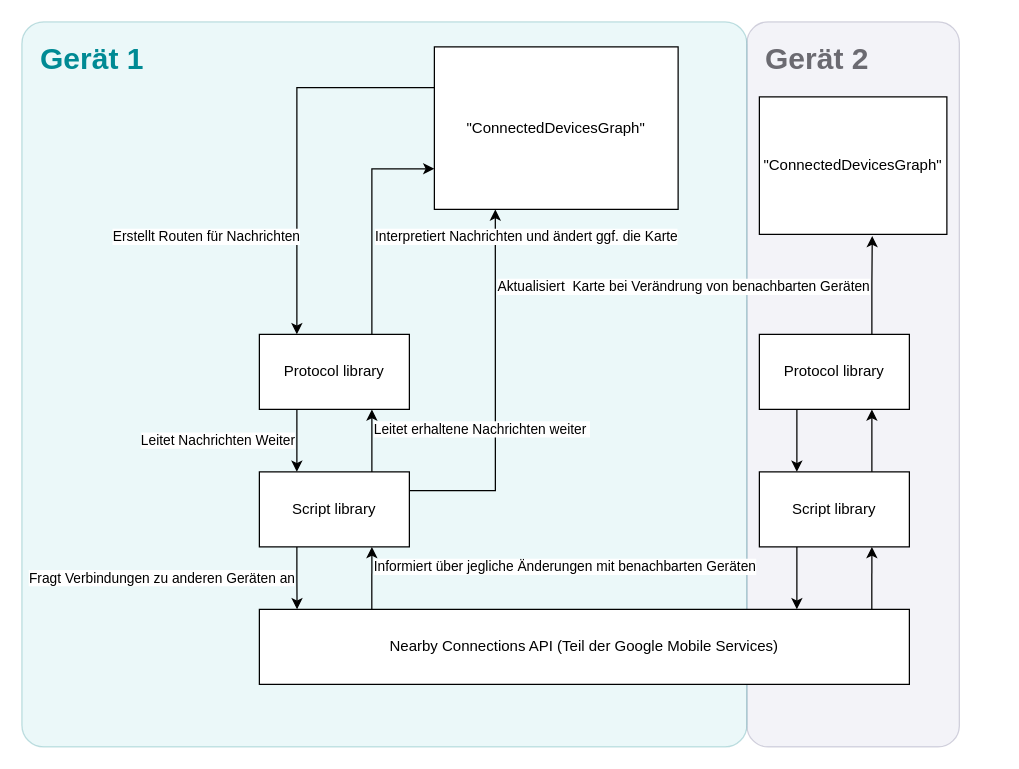
This is illustrations/network_layers.drawio from Helmer-Developer/nearby_test, a draw.io file, before an edit. Source tidied: cells renumbered, new cells numbered last; positions are measured from the earlier drawing's top-left corner, leaving out a move shared by most shapes. Both pictures are drawn from the tidied source at 125%, with x=0, y=0 at pixel (21, 21).
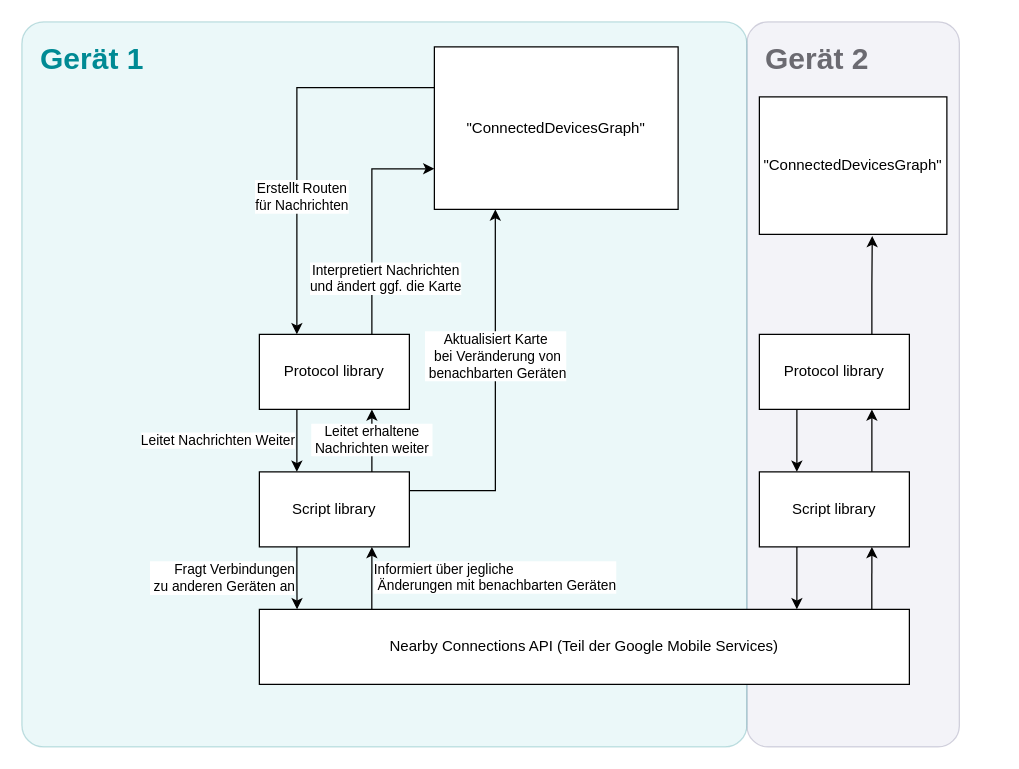
Above is the later version.

The change refers to these unchanged cells:
```xml
<mxCell id="4" value="Nearby Connections API (Teil der Google Mobile Services)" style="rounded=0;whiteSpace=wrap;html=1;" parent="1" vertex="1">
  <mxGeometry x="190" y="470" width="520" height="60" as="geometry" />
</mxCell>
<mxCell id="7" value="Script library" style="rounded=0;whiteSpace=wrap;html=1;" parent="1" vertex="1">
  <mxGeometry x="190" y="360" width="120" height="60" as="geometry" />
</mxCell>
<mxCell id="12" value="Protocol library" style="rounded=0;whiteSpace=wrap;html=1;" parent="1" vertex="1">
  <mxGeometry x="190" y="250" width="120" height="60" as="geometry" />
</mxCell>
<mxCell id="16" style="edgeStyle=orthogonalEdgeStyle;rounded=0;jettySize=auto;html=1;exitX=0;exitY=0.25;exitDx=0;exitDy=0;entryX=0.25;entryY=0;entryDx=0;entryDy=0;labelPosition=left;verticalLabelPosition=middle;align=right;verticalAlign=middle;" parent="1" edge="1" source="18" target="12">
  <mxGeometry relative="1" as="geometry" />
</mxCell>
<mxCell id="18" value="&quot;ConnectedDevicesGraph&quot;" style="rounded=0;whiteSpace=wrap;html=1;" parent="1" vertex="1">
  <mxGeometry x="330" y="20" width="195" height="130" as="geometry" />
</mxCell>
<mxCell id="23" style="edgeStyle=orthogonalEdgeStyle;rounded=0;jettySize=auto;html=1;exitX=0.75;exitY=0;exitDx=0;exitDy=0;entryX=0;entryY=0.75;entryDx=0;entryDy=0;labelPosition=left;verticalLabelPosition=top;align=right;verticalAlign=bottom;" parent="1" edge="1" source="12" target="18">
  <mxGeometry relative="1" as="geometry" />
</mxCell>
```

What changed in the source:
```diff
@@
-    <mxCell id="5" value="Fragt Verbindungen zu anderen Geräten an" style="edgeStyle=orthogonalEdgeStyle;rounded=0;jettySize=auto;html=1;exitX=0.25;exitY=1;exitDx=0;exitDy=0;entryX=0.058;entryY=0;entryDx=0;entryDy=0;entryPerimeter=0;labelPosition=left;verticalLabelPosition=middle;align=right;verticalAlign=middle;" parent="1" edge="1" source="7" target="4">
+    <mxCell id="5" value="Fragt Verbindungen&lt;br&gt;&amp;nbsp;zu anderen Geräten an" style="edgeStyle=orthogonalEdgeStyle;rounded=0;jettySize=auto;html=1;exitX=0.25;exitY=1;exitDx=0;exitDy=0;entryX=0.058;entryY=0;entryDx=0;entryDy=0;entryPerimeter=0;labelPosition=left;verticalLabelPosition=middle;align=right;verticalAlign=middle;" parent="1" edge="1" source="7" target="4">
       <mxGeometry relative="1" as="geometry" />
     </mxCell>
-    <mxCell id="6" value="Informiert über jegliche Änderungen mit benachbarten Geräten" style="edgeStyle=orthogonalEdgeStyle;rounded=0;jettySize=auto;html=1;exitX=0.173;exitY=0;exitDx=0;exitDy=0;entryX=0.75;entryY=1;entryDx=0;entryDy=0;exitPerimeter=0;labelPosition=right;verticalLabelPosition=top;align=left;verticalAlign=bottom;" parent="1" edge="1" source="4" target="7">
-      <mxGeometry relative="1" as="geometry" />
+    <mxCell id="6" value="Informiert über jegliche&lt;br&gt;&amp;nbsp;Änderungen mit benachbarten Geräten" style="edgeStyle=orthogonalEdgeStyle;rounded=0;jettySize=auto;html=1;exitX=0.173;exitY=0;exitDx=0;exitDy=0;entryX=0.75;entryY=1;entryDx=0;entryDy=0;exitPerimeter=0;labelPosition=right;verticalLabelPosition=top;align=left;verticalAlign=bottom;" parent="1" edge="1" source="4" target="7">
+      <mxGeometry x="-0.6" relative="1" as="geometry" />
     </mxCell>
@@
-    <mxCell id="17" value="Erstellt Routen für Nachrichten" style="edgeLabel;html=1;align=right;verticalAlign=middle;labelPosition=left;verticalLabelPosition=middle;" parent="16" vertex="1">
-      <mxGeometry x="0.49" y="3" relative="1" as="geometry" />
+    <mxCell id="17" value="Erstellt Routen&lt;br&gt;für Nachrichten" style="edgeLabel;html=1;align=center;verticalAlign=middle;labelPosition=left;verticalLabelPosition=middle;" parent="16" vertex="1">
+      <mxGeometry x="0.49" y="3" relative="1" as="geometry">
+        <mxPoint y="-32" as="offset" />
+      </mxGeometry>
     </mxCell>
@@
-    <mxCell id="21" value="Aktualisiert&amp;nbsp; Karte bei Verändrung von benachbarten Geräten" style="edgeStyle=orthogonalEdgeStyle;rounded=0;jettySize=auto;html=1;exitX=1;exitY=0.25;exitDx=0;exitDy=0;entryX=0.25;entryY=1;entryDx=0;entryDy=0;labelPosition=right;verticalLabelPosition=top;align=left;verticalAlign=bottom;" parent="1" edge="1" source="7" target="18">
-      <mxGeometry x="0.52" relative="1" as="geometry" />
+    <mxCell id="21" value="Aktualisiert Karte&lt;br&gt;&amp;nbsp;bei Veränderung von&lt;br&gt;&amp;nbsp;benachbarten Geräten" style="edgeStyle=orthogonalEdgeStyle;rounded=0;jettySize=auto;html=1;exitX=1;exitY=0.25;exitDx=0;exitDy=0;entryX=0.25;entryY=1;entryDx=0;entryDy=0;labelPosition=right;verticalLabelPosition=top;align=center;verticalAlign=bottom;" parent="1" edge="1" source="7" target="18">
+      <mxGeometry x="0.05" relative="1" as="geometry" />
     </mxCell>
-    <mxCell id="22" value="Leitet erhaltene Nachrichten weiter&amp;nbsp;" style="edgeStyle=orthogonalEdgeStyle;rounded=0;jettySize=auto;html=1;exitX=0.75;exitY=0;exitDx=0;exitDy=0;entryX=0.75;entryY=1;entryDx=0;entryDy=0;labelPosition=right;verticalLabelPosition=top;align=left;verticalAlign=bottom;" parent="1" edge="1" source="7" target="12">
-      <mxGeometry relative="1" as="geometry" />
+    <mxCell id="22" value="Leitet erhaltene&lt;br&gt;&amp;nbsp;Nachrichten weiter&amp;nbsp;" style="edgeStyle=orthogonalEdgeStyle;rounded=0;jettySize=auto;html=1;exitX=0.75;exitY=0;exitDx=0;exitDy=0;entryX=0.75;entryY=1;entryDx=0;entryDy=0;labelPosition=right;verticalLabelPosition=top;align=center;verticalAlign=bottom;" parent="1" edge="1" source="7" target="12">
+      <mxGeometry x="-0.6" relative="1" as="geometry" />
     </mxCell>
@@
-    <mxCell id="24" value="Interpretiert Nachrichten und ändert ggf. die Karte" style="edgeLabel;html=1;align=left;verticalAlign=bottom;labelPosition=right;verticalLabelPosition=top;" parent="23" vertex="1">
+    <mxCell id="24" value="Interpretiert Nachrichten&lt;br&gt;und ändert ggf. die Karte" style="edgeLabel;html=1;align=center;verticalAlign=bottom;labelPosition=right;verticalLabelPosition=top;" parent="23" vertex="1">
       <mxGeometry x="-0.46" y="-1" relative="1" as="geometry">
-        <mxPoint y="-21" as="offset" />
+        <mxPoint x="9" y="19" as="offset" />
       </mxGeometry>
     </mxCell>
```
